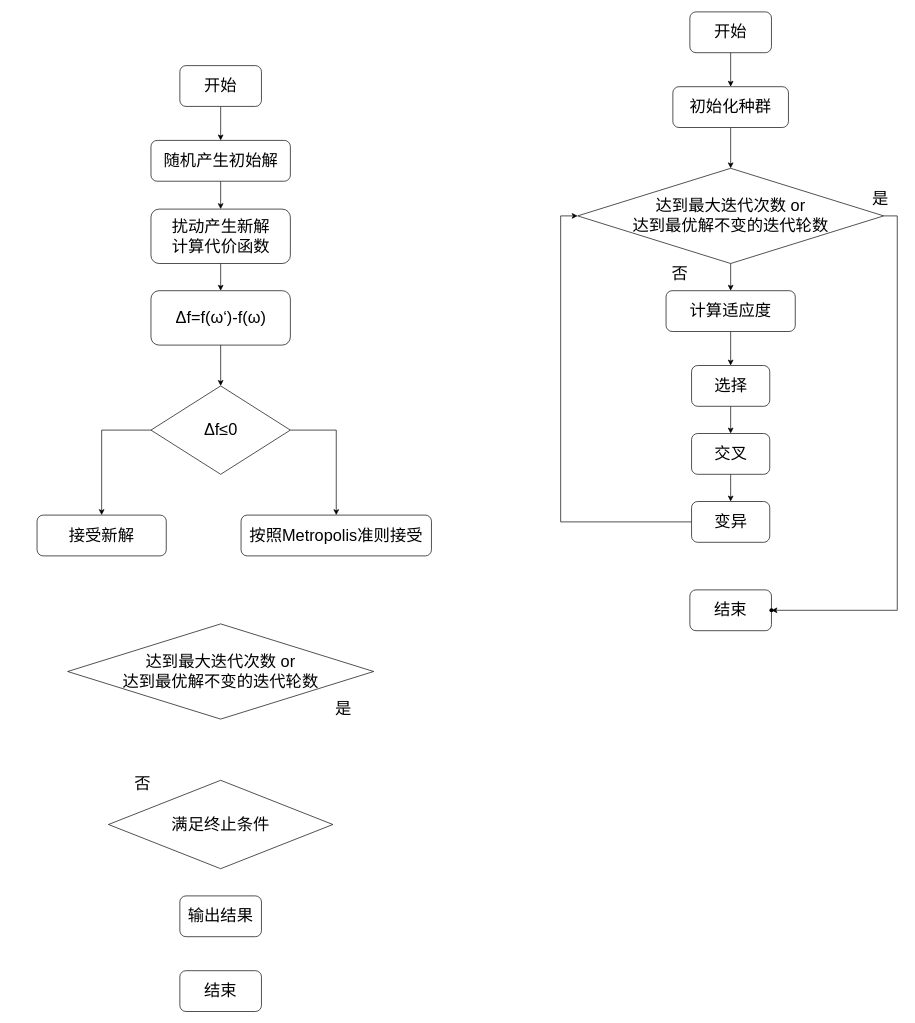
Before: Untitled Diagram.drawio in fountain-y/drawio, a draw.io diagram. Source tidied: cells renumbered, new cells numbered last; positions are measured from the earlier drawing's top-left corner, leaving out a move shared by most shapes. Both pictures are drawn from the tidied source at 68%, with x=0, y=0 at pixel (37, 12).
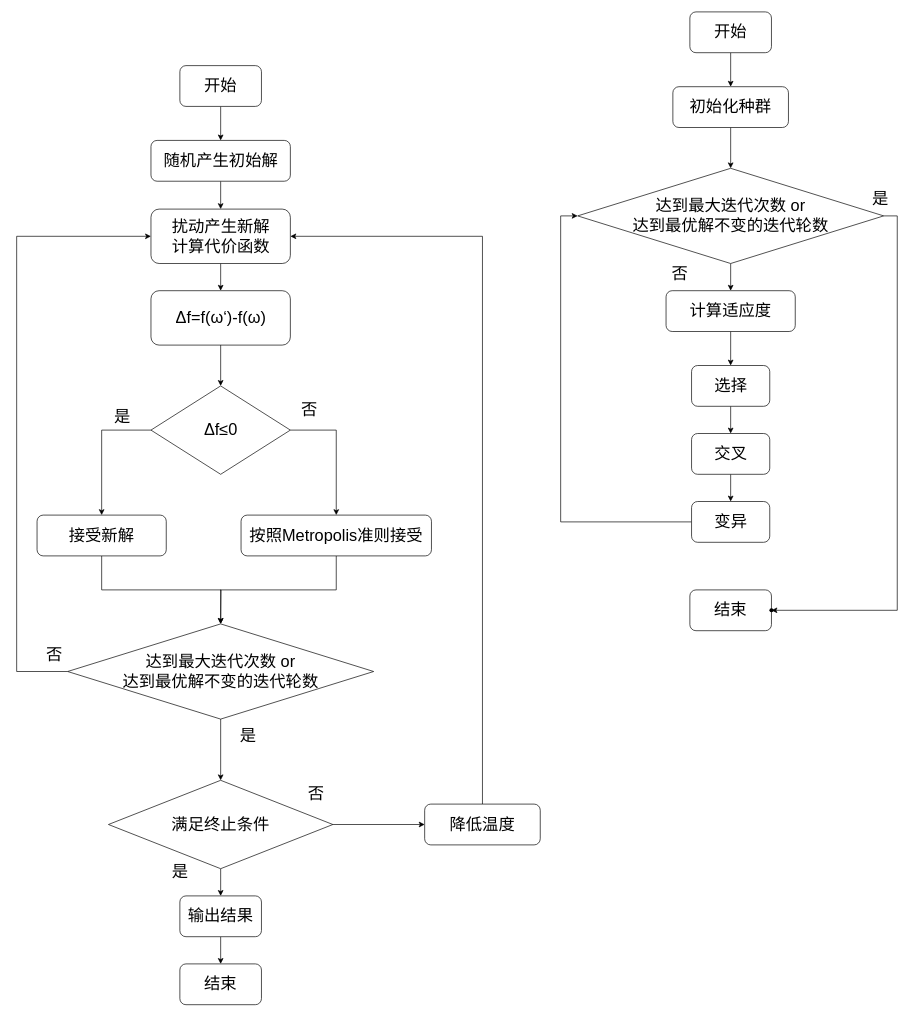
The same diagram, later.

The change refers to these unchanged cells:
```xml
<mxCell id="25" value="达到最大迭代次数 or &lt;br&gt;达到最优解不变的迭代轮数" style="rhombus;whiteSpace=wrap;html=1;fontSize=24;" parent="1" vertex="1">
  <mxGeometry x="45" y="900" width="450" height="140" as="geometry" />
</mxCell>
<mxCell id="30" value="扰动产生新解&lt;br&gt;计算代价函数" style="rounded=1;whiteSpace=wrap;html=1;fontSize=24;" parent="1" vertex="1">
  <mxGeometry x="167.5" y="290" width="205" height="80" as="geometry" />
</mxCell>
<mxCell id="36" value="接受新解" style="rounded=1;whiteSpace=wrap;html=1;fontSize=24;" parent="1" vertex="1">
  <mxGeometry y="740" width="190" height="60" as="geometry" />
</mxCell>
<mxCell id="37" value="按照Metropolis准则接受" style="rounded=1;whiteSpace=wrap;html=1;fontSize=24;" parent="1" vertex="1">
  <mxGeometry x="300" y="740" width="280" height="60" as="geometry" />
</mxCell>
<mxCell id="38" value="满足终止条件" style="rhombus;whiteSpace=wrap;html=1;fontSize=24;" parent="1" vertex="1">
  <mxGeometry x="105" y="1130" width="330" height="130" as="geometry" />
</mxCell>
<mxCell id="39" value="&lt;font style=&quot;font-size: 24px&quot;&gt;输出结果&lt;/font&gt;" style="rounded=1;whiteSpace=wrap;html=1;" parent="1" vertex="1">
  <mxGeometry x="210" y="1300" width="120" height="60" as="geometry" />
</mxCell>
```

What changed in the source:
```diff
@@
+    <mxCell id="40" style="edgeStyle=orthogonalEdgeStyle;rounded=0;jettySize=auto;html=1;exitX=0.5;exitY=1;exitDx=0;exitDy=0;entryX=0.5;entryY=0;entryDx=0;entryDy=0;fontSize=24;" parent="1" edge="1" source="25" target="38">
+      <mxGeometry relative="1" as="geometry" />
+    </mxCell>
+    <mxCell id="41" style="edgeStyle=orthogonalEdgeStyle;rounded=0;jettySize=auto;html=1;exitX=0;exitY=0.5;exitDx=0;exitDy=0;entryX=0;entryY=0.5;entryDx=0;entryDy=0;fontSize=24;" parent="1" edge="1" source="25" target="30">
+      <mxGeometry relative="1" as="geometry">
+        <Array as="points">
+          <mxPoint x="-30" y="970" />
+          <mxPoint x="-30" y="330" />
+        </Array>
+      </mxGeometry>
+    </mxCell>
@@
     <mxCell id="26" value="&lt;font style=&quot;font-size: 24px&quot;&gt;结束&lt;/font&gt;" style="rounded=1;whiteSpace=wrap;html=1;" parent="1" vertex="1">
-      <mxGeometry x="210" y="1410" width="120" height="60" as="geometry" />
+      <mxGeometry x="210" y="1400" width="120" height="60" as="geometry" />
     </mxCell>
     <mxCell id="27" value="否" style="text;html=1;align=center;verticalAlign=middle;strokeColor=none;fillColor=none;fontSize=24;" parent="1" vertex="1">
-      <mxGeometry x="135" y="1120" width="40" height="30" as="geometry" />
+      <mxGeometry x="390" y="1135" width="40" height="30" as="geometry" />
     </mxCell>
     <mxCell id="28" value="是" style="text;html=1;align=center;verticalAlign=middle;strokeColor=none;fillColor=none;fontSize=24;" parent="1" vertex="1">
-      <mxGeometry x="430" y="1010" width="40" height="30" as="geometry" />
+      <mxGeometry x="190" y="1250" width="40" height="30" as="geometry" />
     </mxCell>
@@
+    <mxCell id="42" style="edgeStyle=orthogonalEdgeStyle;rounded=0;jettySize=auto;html=1;exitX=0.5;exitY=1;exitDx=0;exitDy=0;fontSize=24;" parent="1" edge="1" source="36">
+      <mxGeometry relative="1" as="geometry">
+        <mxPoint x="270" y="900" as="targetPoint" />
+      </mxGeometry>
+    </mxCell>
@@
+    <mxCell id="43" style="edgeStyle=orthogonalEdgeStyle;rounded=0;jettySize=auto;html=1;exitX=0.5;exitY=1;exitDx=0;exitDy=0;entryX=0.5;entryY=0;entryDx=0;entryDy=0;fontSize=24;" parent="1" edge="1" source="37" target="25">
+      <mxGeometry relative="1" as="geometry" />
+    </mxCell>
@@
+    <mxCell id="44" style="edgeStyle=orthogonalEdgeStyle;rounded=0;jettySize=auto;html=1;exitX=1;exitY=0.5;exitDx=0;exitDy=0;entryX=0;entryY=0.5;entryDx=0;entryDy=0;fontSize=24;" parent="1" edge="1" source="38" target="48">
+      <mxGeometry relative="1" as="geometry" />
+    </mxCell>
+    <mxCell id="45" style="edgeStyle=orthogonalEdgeStyle;rounded=0;jettySize=auto;html=1;exitX=0.5;exitY=1;exitDx=0;exitDy=0;entryX=0.5;entryY=0;entryDx=0;entryDy=0;fontSize=24;" parent="1" edge="1" source="38" target="39">
+      <mxGeometry relative="1" as="geometry" />
+    </mxCell>
@@
+    <mxCell id="46" style="edgeStyle=orthogonalEdgeStyle;rounded=0;jettySize=auto;html=1;exitX=0.5;exitY=1;exitDx=0;exitDy=0;entryX=0.5;entryY=0;entryDx=0;entryDy=0;fontSize=24;" parent="1" edge="1" source="39" target="26">
+      <mxGeometry relative="1" as="geometry" />
+    </mxCell>
@@
+    <mxCell id="47" style="edgeStyle=orthogonalEdgeStyle;rounded=0;jettySize=auto;html=1;exitX=0.5;exitY=0;exitDx=0;exitDy=0;entryX=1;entryY=0.5;entryDx=0;entryDy=0;fontSize=24;" parent="1" edge="1" source="48" target="30">
+      <mxGeometry relative="1" as="geometry" />
+    </mxCell>
+    <mxCell id="48" value="&lt;font style=&quot;font-size: 24px&quot;&gt;降低温度&lt;/font&gt;" style="rounded=1;whiteSpace=wrap;html=1;" parent="1" vertex="1">
+      <mxGeometry x="570" y="1165" width="170" height="60" as="geometry" />
+    </mxCell>
+    <mxCell id="49" value="否" style="text;html=1;align=center;verticalAlign=middle;strokeColor=none;fillColor=none;fontSize=24;" parent="1" vertex="1">
+      <mxGeometry x="5" y="930" width="40" height="30" as="geometry" />
+    </mxCell>
+    <mxCell id="50" value="是" style="text;html=1;align=center;verticalAlign=middle;strokeColor=none;fillColor=none;fontSize=24;" parent="1" vertex="1">
+      <mxGeometry x="290" y="1050" width="40" height="30" as="geometry" />
+    </mxCell>
+    <mxCell id="51" value="是" style="text;html=1;align=center;verticalAlign=middle;strokeColor=none;fillColor=none;fontSize=24;" parent="1" vertex="1">
+      <mxGeometry x="105" y="580" width="40" height="30" as="geometry" />
+    </mxCell>
+    <mxCell id="52" value="否" style="text;html=1;align=center;verticalAlign=middle;strokeColor=none;fillColor=none;fontSize=24;" parent="1" vertex="1">
+      <mxGeometry x="380" y="570" width="40" height="30" as="geometry" />
+    </mxCell>
```
